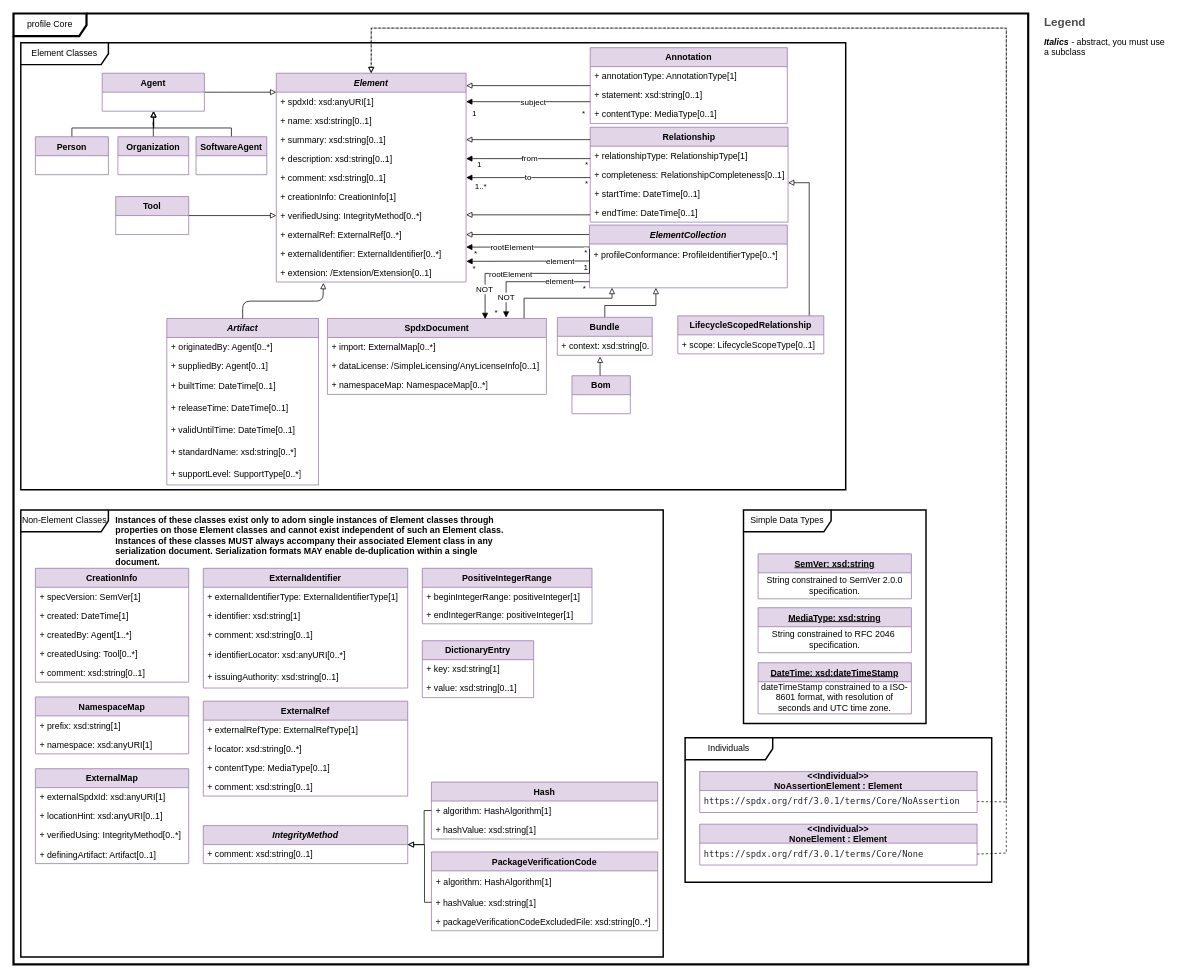
This is page "Core" (1 of 11) of model.drawio from spdx/spdx-3-model, a draw.io file, before an edit. Source tidied: cells renumbered, new cells numbered last; positions are measured from the earlier drawing's top-left corner, leaving out a move shared by most shapes. Both pictures are drawn from the tidied source at 73%, with x=0, y=0 at pixel (13, 13).
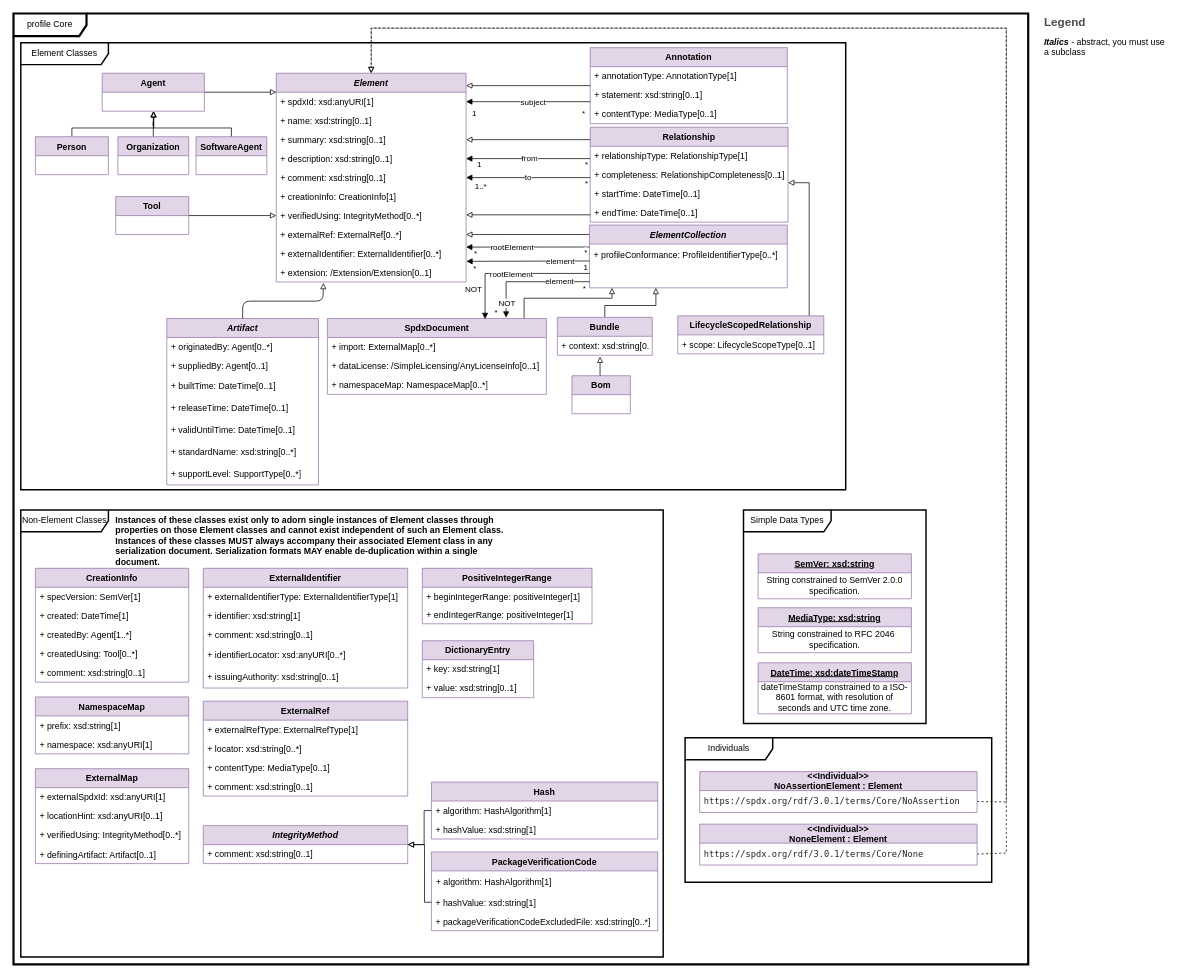
After the change.

The change refers to these unchanged cells:
```xml
<mxCell id="35" value="&lt;font color=&quot;#000000&quot;&gt;&amp;nbsp;&lt;/font&gt;" style="text;strokeColor=none;fillColor=none;align=left;verticalAlign=middle;spacingLeft=4;spacingRight=4;overflow=hidden;points=[[0,0.5],[1,0.5]];portConstraint=eastwest;whiteSpace=wrap;html=1;fontColor=#FF0000;" parent="33" vertex="1">
  <mxGeometry y="56" width="271" height="30" as="geometry" />
</mxCell>
<mxCell id="58" style="edgeStyle=orthogonalEdgeStyle;rounded=0;orthogonalLoop=1;jettySize=auto;html=1;endArrow=block;endFill=1;entryX=1.001;entryY=0.835;entryDx=0;entryDy=0;entryPerimeter=0;" parent="1" edge="1">
  <mxGeometry x="-0.18" relative="1" as="geometry">
    <mxPoint x="789" y="339" as="sourcePoint" />
    <mxPoint x="620.3" y="339.5" as="targetPoint" />
    <Array as="points">
      <mxPoint x="789" y="339" />
      <mxPoint x="640" y="339" />
    </Array>
  </mxGeometry>
</mxCell>
<mxCell id="70" value="SpdxDocument" style="swimlane;fontStyle=1;horizontal=1;startSize=26;fillColor=#e1d5e7;strokeColor=#9673a6;" parent="1" vertex="1">
  <mxGeometry x="430" y="417.8" width="300" height="104" as="geometry" />
</mxCell>
```

The edit, as a diff of the source:
```diff
@@
     <mxCell id="59" value="*" style="edgeLabel;html=1;align=center;verticalAlign=middle;labelBackgroundColor=none;" parent="58" vertex="1">
       <mxGeometry x="0.79" y="-3" relative="1" as="geometry">
-        <mxPoint x="-7" y="12" as="offset" />
+        <mxPoint x="-6" y="12" as="offset" />
       </mxGeometry>
     </mxCell>
@@
-    <mxCell id="127" style="edgeStyle=orthogonalEdgeStyle;rounded=0;jettySize=auto;html=1;endArrow=block;endFill=1;entryX=0.72;entryY=0.008;entryDx=0;entryDy=0;exitX=0;exitY=0.194;exitDx=0;exitDy=0;exitPerimeter=0;entryPerimeter=0;" parent="1" edge="1" target="70">
+    <mxCell id="127" style="edgeStyle=orthogonalEdgeStyle;rounded=0;jettySize=auto;html=1;endArrow=block;endFill=1;entryX=0.72;entryY=0.008;entryDx=0;entryDy=0;exitX=0.002;exitY=0.342;exitDx=0;exitDy=0;exitPerimeter=0;entryPerimeter=0;" parent="1" edge="1" source="35" target="70">
       <mxGeometry relative="1" as="geometry">
-        <mxPoint x="789" y="322.2" as="sourcePoint" />
         <Array as="points">
-          <mxPoint x="789" y="356" />
           <mxPoint x="646" y="356" />
         </Array>
       </mxGeometry>
     </mxCell>
@@
     <mxCell id="129" value="rootElement" style="edgeLabel;html=1;align=center;verticalAlign=middle;" parent="127" vertex="1">
       <mxGeometry x="0.25" y="2" relative="1" as="geometry">
-        <mxPoint x="8" y="-2" as="offset" />
+        <mxPoint x="21" y="-2" as="offset" />
       </mxGeometry>
     </mxCell>
-    <mxCell id="130" value="NOT" style="edgeStyle=orthogonalEdgeStyle;rounded=0;jettySize=auto;html=1;endArrow=block;endFill=1;exitX=0;exitY=0.721;exitDx=0;exitDy=0;exitPerimeter=0;entryX=0.816;entryY=-0.011;entryDx=0;entryDy=0;entryPerimeter=0;" parent="1" edge="1" source="35" target="70">
+    <mxCell id="130" style="edgeStyle=orthogonalEdgeStyle;rounded=0;jettySize=auto;html=1;endArrow=block;endFill=1;exitX=0;exitY=0.721;exitDx=0;exitDy=0;exitPerimeter=0;entryX=0.816;entryY=-0.011;entryDx=0;entryDy=0;entryPerimeter=0;" parent="1" edge="1" source="35" target="70">
       <mxGeometry x="0.66" relative="1" as="geometry">
         <Array as="points">
           <mxPoint x="675" y="367" />
         </Array>
       </mxGeometry>
     </mxCell>
@@
+    <mxCell id="152" value="NOT" style="edgeLabel;html=1;align=center;verticalAlign=middle;" parent="130" vertex="1">
+      <mxGeometry x="0.71" y="1" relative="1" as="geometry">
+        <mxPoint y="3" as="offset" />
+      </mxGeometry>
+    </mxCell>
```
